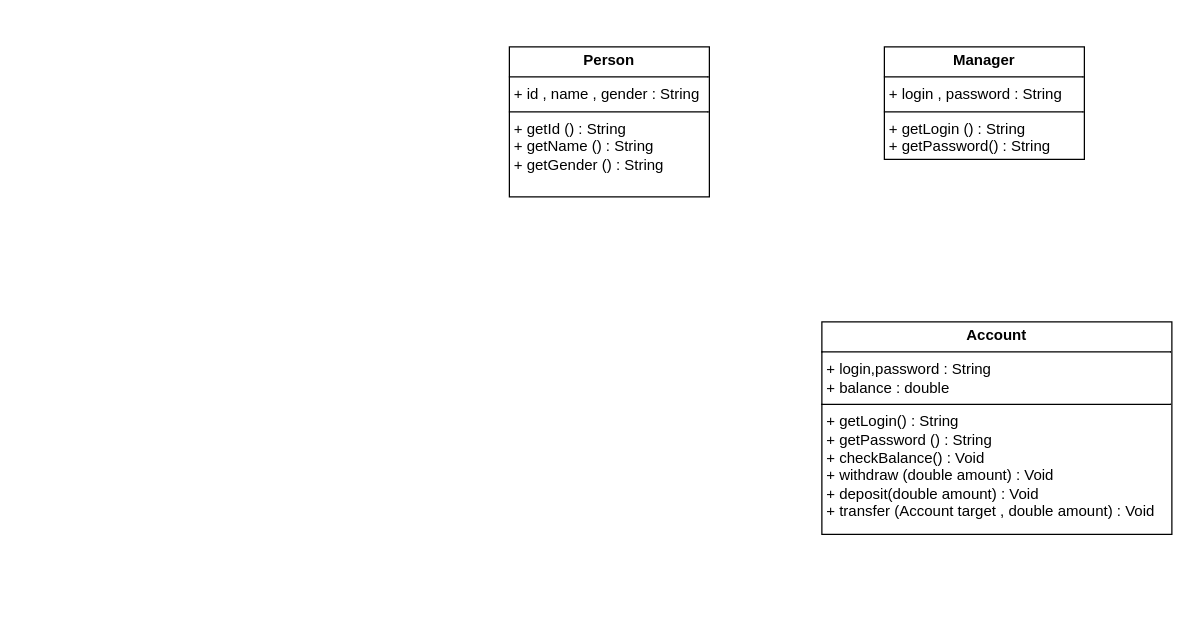
Supatchai2003/OOSE- keeps this draw.io diagram as OOSE2.drawio. Above is the earlier version. Source tidied: cells renumbered, new cells numbered last; positions are measured from the earlier drawing's top-left corner, leaving out a move shared by most shapes. Both pictures are drawn from the tidied source at 125%, with x=0, y=0 at pixel (509, 46).
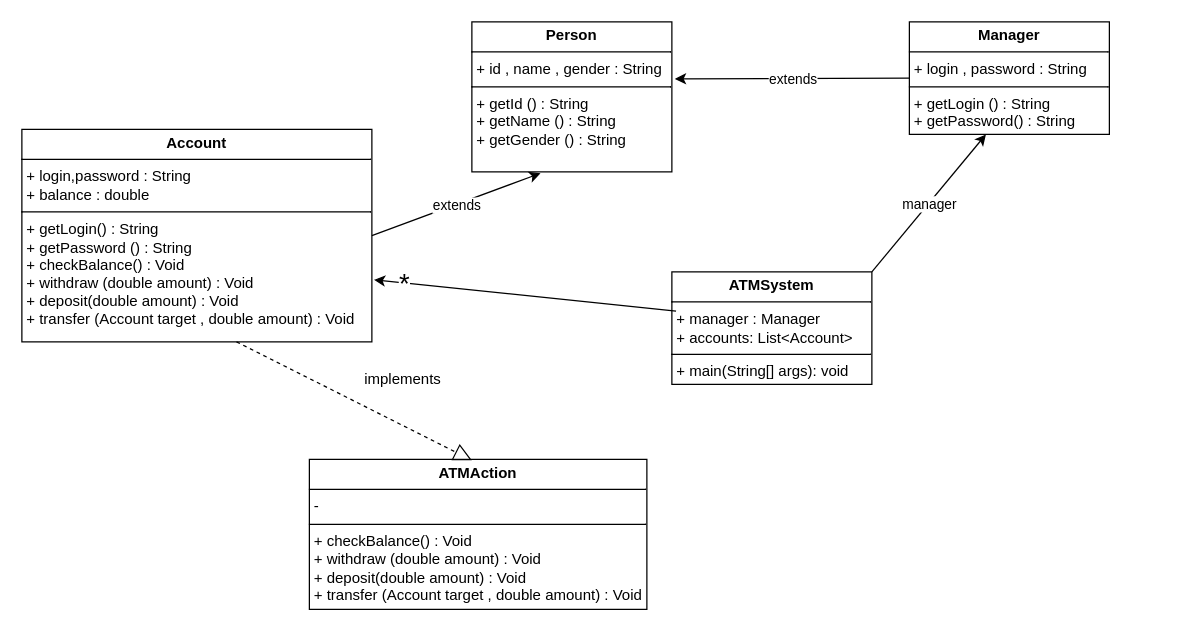
The same diagram, later.

The edit, as a diff of the source:
```diff
@@
 <mxGraphModel>
   <root>
     <mxCell id="0" />
     <mxCell id="1" parent="0" />
     <mxCell id="2" value="&lt;p style=&quot;margin:0px;margin-top:4px;text-align:center;&quot;&gt;&lt;b&gt;Person&lt;/b&gt;&lt;/p&gt;&lt;hr size=&quot;1&quot; style=&quot;border-style:solid;&quot;&gt;&lt;p style=&quot;margin:0px;margin-left:4px;&quot;&gt;+ id , name , gender : String&lt;/p&gt;&lt;hr size=&quot;1&quot; style=&quot;border-style:solid;&quot;&gt;&lt;p style=&quot;margin:0px;margin-left:4px;&quot;&gt;+ getId () : String&lt;/p&gt;&lt;p style=&quot;margin:0px;margin-left:4px;&quot;&gt;+ getName () : String&lt;/p&gt;&lt;p style=&quot;margin:0px;margin-left:4px;&quot;&gt;+ getGender () : String&lt;/p&gt;" style="verticalAlign=top;align=left;overflow=fill;html=1;whiteSpace=wrap;" parent="1" vertex="1">
-      <mxGeometry width="160" height="120" as="geometry" />
+      <mxGeometry x="-30" y="-20" width="160" height="120" as="geometry" />
     </mxCell>
     <mxCell id="3" value="&lt;p style=&quot;margin:0px;margin-top:4px;text-align:center;&quot;&gt;&lt;b&gt;Manager&lt;/b&gt;&lt;/p&gt;&lt;hr size=&quot;1&quot; style=&quot;border-style:solid;&quot;&gt;&lt;p style=&quot;margin:0px;margin-left:4px;&quot;&gt;+ login , password : String&lt;/p&gt;&lt;hr size=&quot;1&quot; style=&quot;border-style:solid;&quot;&gt;&lt;p style=&quot;margin:0px;margin-left:4px;&quot;&gt;+ getLogin () : String&lt;/p&gt;&lt;p style=&quot;margin:0px;margin-left:4px;&quot;&gt;+ getPassword() : String&lt;/p&gt;" style="verticalAlign=top;align=left;overflow=fill;html=1;whiteSpace=wrap;" parent="1" vertex="1">
-      <mxGeometry x="300" width="160" height="90" as="geometry" />
+      <mxGeometry x="320" y="-20" width="160" height="90" as="geometry" />
     </mxCell>
     <mxCell id="4" value="&lt;p style=&quot;margin:0px;margin-top:4px;text-align:center;&quot;&gt;&lt;b&gt;Account&lt;/b&gt;&lt;/p&gt;&lt;hr size=&quot;1&quot; style=&quot;border-style:solid;&quot;&gt;&lt;p style=&quot;margin:0px;margin-left:4px;&quot;&gt;+ login,password : String&lt;/p&gt;&lt;p style=&quot;margin:0px;margin-left:4px;&quot;&gt;+ balance : double&amp;nbsp;&lt;/p&gt;&lt;hr size=&quot;1&quot; style=&quot;border-style:solid;&quot;&gt;&lt;p style=&quot;margin:0px;margin-left:4px;&quot;&gt;+ getLogin() : String&amp;nbsp;&lt;/p&gt;&lt;p style=&quot;margin:0px;margin-left:4px;&quot;&gt;+ getPassword () : String&amp;nbsp;&lt;/p&gt;&lt;p style=&quot;margin:0px;margin-left:4px;&quot;&gt;+ checkBalance() : Void&amp;nbsp;&lt;/p&gt;&lt;p style=&quot;margin:0px;margin-left:4px;&quot;&gt;+ withdraw (double amount) : Void&lt;/p&gt;&lt;p style=&quot;margin:0px;margin-left:4px;&quot;&gt;+ deposit(double amount) : Void&lt;/p&gt;&lt;p style=&quot;margin:0px;margin-left:4px;&quot;&gt;+ transfer (Account target , double amount) : Void&lt;/p&gt;" style="verticalAlign=top;align=left;overflow=fill;html=1;whiteSpace=wrap;" parent="1" vertex="1">
-      <mxGeometry x="250" y="220" width="280" height="170" as="geometry" />
+      <mxGeometry x="-390" y="66" width="280" height="170" as="geometry" />
     </mxCell>
+    <mxCell id="5" value="&lt;p style=&quot;margin:0px;margin-top:4px;text-align:center;&quot;&gt;&lt;b&gt;ATMAction&lt;/b&gt;&lt;/p&gt;&lt;hr size=&quot;1&quot; style=&quot;border-style:solid;&quot;&gt;&lt;p style=&quot;margin:0px;margin-left:4px;&quot;&gt;-&lt;/p&gt;&lt;hr size=&quot;1&quot; style=&quot;border-style:solid;&quot;&gt;&lt;p style=&quot;margin:0px;margin-left:4px;&quot;&gt;+&amp;nbsp;&lt;span style=&quot;background-color: initial;&quot;&gt;checkBalance() : Void&amp;nbsp;&lt;/span&gt;&lt;/p&gt;&lt;p style=&quot;--tw-border-spacing-x: 0; --tw-border-spacing-y: 0; --tw-translate-x: 0; --tw-translate-y: 0; --tw-rotate: 0; --tw-skew-x: 0; --tw-skew-y: 0; --tw-scale-x: 1; --tw-scale-y: 1; --tw-pan-x: ; --tw-pan-y: ; --tw-pinch-zoom: ; --tw-scroll-snap-strictness: proximity; --tw-ordinal: ; --tw-slashed-zero: ; --tw-numeric-figure: ; --tw-numeric-spacing: ; --tw-numeric-fraction: ; --tw-ring-inset: ; --tw-ring-offset-width: 0px; --tw-ring-offset-color: #fff; --tw-ring-color: rgb(59 130 246 / .5); --tw-ring-offset-shadow: 0 0 #0000; --tw-ring-shadow: 0 0 #0000; --tw-shadow: 0 0 #0000; --tw-shadow-colored: 0 0 #0000; --tw-blur: ; --tw-brightness: ; --tw-contrast: ; --tw-grayscale: ; --tw-hue-rotate: ; --tw-invert: ; --tw-saturate: ; --tw-sepia: ; --tw-drop-shadow: ; --tw-backdrop-blur: ; --tw-backdrop-brightness: ; --tw-backdrop-contrast: ; --tw-backdrop-grayscale: ; --tw-backdrop-hue-rotate: ; --tw-backdrop-invert: ; --tw-backdrop-opacity: ; --tw-backdrop-saturate: ; --tw-backdrop-sepia: ; margin: 0px 0px 0px 4px;&quot;&gt;+ withdraw (double amount) : Void&lt;/p&gt;&lt;p style=&quot;--tw-border-spacing-x: 0; --tw-border-spacing-y: 0; --tw-translate-x: 0; --tw-translate-y: 0; --tw-rotate: 0; --tw-skew-x: 0; --tw-skew-y: 0; --tw-scale-x: 1; --tw-scale-y: 1; --tw-pan-x: ; --tw-pan-y: ; --tw-pinch-zoom: ; --tw-scroll-snap-strictness: proximity; --tw-ordinal: ; --tw-slashed-zero: ; --tw-numeric-figure: ; --tw-numeric-spacing: ; --tw-numeric-fraction: ; --tw-ring-inset: ; --tw-ring-offset-width: 0px; --tw-ring-offset-color: #fff; --tw-ring-color: rgb(59 130 246 / .5); --tw-ring-offset-shadow: 0 0 #0000; --tw-ring-shadow: 0 0 #0000; --tw-shadow: 0 0 #0000; --tw-shadow-colored: 0 0 #0000; --tw-blur: ; --tw-brightness: ; --tw-contrast: ; --tw-grayscale: ; --tw-hue-rotate: ; --tw-invert: ; --tw-saturate: ; --tw-sepia: ; --tw-drop-shadow: ; --tw-backdrop-blur: ; --tw-backdrop-brightness: ; --tw-backdrop-contrast: ; --tw-backdrop-grayscale: ; --tw-backdrop-hue-rotate: ; --tw-backdrop-invert: ; --tw-backdrop-opacity: ; --tw-backdrop-saturate: ; --tw-backdrop-sepia: ; margin: 0px 0px 0px 4px;&quot;&gt;+ deposit(double amount) : Void&lt;/p&gt;&lt;p style=&quot;--tw-border-spacing-x: 0; --tw-border-spacing-y: 0; --tw-translate-x: 0; --tw-translate-y: 0; --tw-rotate: 0; --tw-skew-x: 0; --tw-skew-y: 0; --tw-scale-x: 1; --tw-scale-y: 1; --tw-pan-x: ; --tw-pan-y: ; --tw-pinch-zoom: ; --tw-scroll-snap-strictness: proximity; --tw-ordinal: ; --tw-slashed-zero: ; --tw-numeric-figure: ; --tw-numeric-spacing: ; --tw-numeric-fraction: ; --tw-ring-inset: ; --tw-ring-offset-width: 0px; --tw-ring-offset-color: #fff; --tw-ring-color: rgb(59 130 246 / .5); --tw-ring-offset-shadow: 0 0 #0000; --tw-ring-shadow: 0 0 #0000; --tw-shadow: 0 0 #0000; --tw-shadow-colored: 0 0 #0000; --tw-blur: ; --tw-brightness: ; --tw-contrast: ; --tw-grayscale: ; --tw-hue-rotate: ; --tw-invert: ; --tw-saturate: ; --tw-sepia: ; --tw-drop-shadow: ; --tw-backdrop-blur: ; --tw-backdrop-brightness: ; --tw-backdrop-contrast: ; --tw-backdrop-grayscale: ; --tw-backdrop-hue-rotate: ; --tw-backdrop-invert: ; --tw-backdrop-opacity: ; --tw-backdrop-saturate: ; --tw-backdrop-sepia: ; margin: 0px 0px 0px 4px;&quot;&gt;+ transfer (Account target , double amount) : Void&lt;/p&gt;" style="verticalAlign=top;align=left;overflow=fill;html=1;whiteSpace=wrap;" parent="1" vertex="1">
+      <mxGeometry x="-160" y="330" width="270" height="120" as="geometry" />
+    </mxCell>
+    <mxCell id="6" value="&lt;p style=&quot;margin:0px;margin-top:4px;text-align:center;&quot;&gt;&lt;b&gt;ATMSystem&lt;/b&gt;&lt;/p&gt;&lt;hr size=&quot;1&quot; style=&quot;border-style:solid;&quot;&gt;&lt;p style=&quot;margin:0px;margin-left:4px;&quot;&gt;+ manager : Manager&lt;/p&gt;&lt;p style=&quot;margin:0px;margin-left:4px;&quot;&gt;+&amp;nbsp;accounts: List&amp;lt;Account&amp;gt;&lt;/p&gt;&lt;hr size=&quot;1&quot; style=&quot;border-style:solid;&quot;&gt;&lt;p style=&quot;margin:0px;margin-left:4px;&quot;&gt;+&amp;nbsp;main(String[] args): void&amp;nbsp;&lt;/p&gt;&lt;p style=&quot;margin:0px;margin-left:4px;&quot;&gt;&lt;br&gt;&lt;/p&gt;" style="verticalAlign=top;align=left;overflow=fill;html=1;whiteSpace=wrap;" parent="1" vertex="1">
+      <mxGeometry x="130" y="180" width="160" height="90" as="geometry" />
+    </mxCell>
+    <mxCell id="7" style="endArrow=block;dashed=1;endFill=0;endSize=12;html=1;rounded=0;exitX=0.631;exitY=0.996;exitDx=0;exitDy=0;entryX=0.5;entryY=0;entryDx=0;entryDy=0;exitPerimeter=0;" parent="1" edge="1">
+      <mxGeometry relative="1" as="geometry">
+        <mxPoint x="-218.3" y="236" as="sourcePoint" />
+        <mxPoint x="-30" y="330.7" as="targetPoint" />
+      </mxGeometry>
+    </mxCell>
+    <mxCell id="8" style="endArrow=classic;html=1;rounded=0;exitX=0;exitY=0.5;exitDx=0;exitDy=0;entryX=1.015;entryY=0.38;entryDx=0;entryDy=0;entryPerimeter=0;" parent="1" edge="1" source="3" target="2">
+      <mxGeometry relative="1" as="geometry" />
+    </mxCell>
+    <mxCell id="9" value="extends" style="edgeLabel;html=1;align=center;verticalAlign=middle;" parent="8" vertex="1">
+      <mxGeometry relative="1" as="geometry" />
+    </mxCell>
+    <mxCell id="10" style="endArrow=classic;html=1;rounded=0;exitX=1;exitY=0.5;exitDx=0;exitDy=0;entryX=0.343;entryY=1.009;entryDx=0;entryDy=0;entryPerimeter=0;" parent="1" edge="1" source="4" target="2">
+      <mxGeometry relative="1" as="geometry" />
+    </mxCell>
+    <mxCell id="11" value="extends" style="edgeLabel;html=1;align=center;verticalAlign=middle;" parent="10" vertex="1">
+      <mxGeometry relative="1" as="geometry" />
+    </mxCell>
+    <mxCell id="12" style="endArrow=classic;html=1;rounded=0;entryX=1.006;entryY=0.708;entryDx=0;entryDy=0;entryPerimeter=0;exitX=0.021;exitY=0.348;exitDx=0;exitDy=0;exitPerimeter=0;" parent="1" edge="1" source="6" target="4">
+      <mxGeometry relative="1" as="geometry" />
+    </mxCell>
+    <mxCell id="13" value="*" style="edgeLabel;html=1;align=center;verticalAlign=middle;fontSize=22;" parent="12" vertex="1">
+      <mxGeometry relative="1" as="geometry">
+        <mxPoint x="-98" y="-9" as="offset" />
+      </mxGeometry>
+    </mxCell>
+    <mxCell id="14" style="endArrow=classic;html=1;rounded=0;entryX=0.383;entryY=1;entryDx=0;entryDy=0;entryPerimeter=0;" parent="1" edge="1" target="3">
+      <mxGeometry relative="1" as="geometry">
+        <mxPoint x="290" y="180" as="sourcePoint" />
+      </mxGeometry>
+    </mxCell>
+    <mxCell id="15" value="manager" style="edgeLabel;html=1;align=center;verticalAlign=middle;" parent="14" vertex="1">
+      <mxGeometry relative="1" as="geometry" />
+    </mxCell>
+    <mxCell id="16" value="implements" style="text;html=1;align=center;verticalAlign=middle;whiteSpace=wrap;rounded=0;" parent="1" vertex="1">
+      <mxGeometry x="-115" y="250.7" width="60" height="30" as="geometry" />
+    </mxCell>
   </root>
 </mxGraphModel>
```
